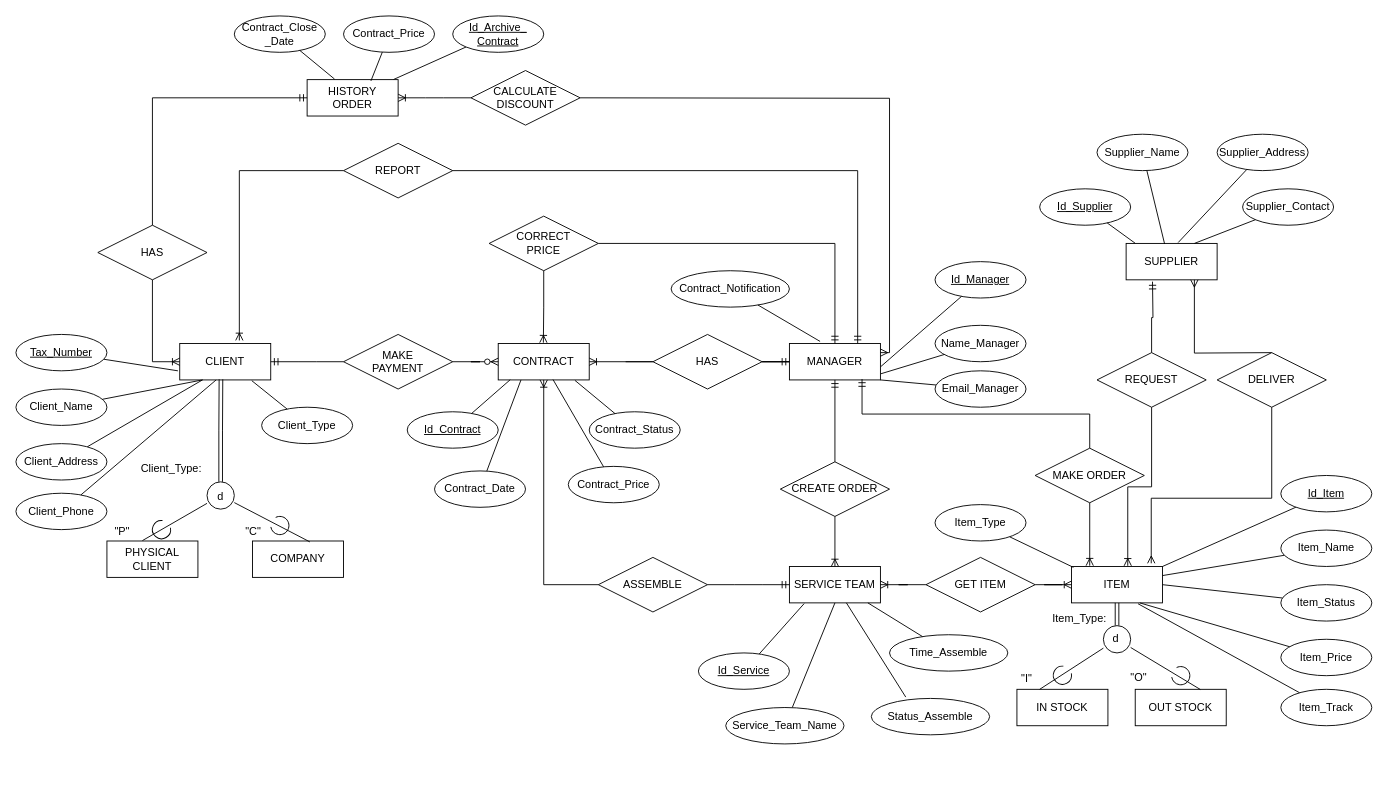
Earlier version of the draw.io diagram online furniture_rev.2.drawio (Bujhc/EERD). Source tidied: cells renumbered, new cells numbered last; positions are measured from the earlier drawing's top-left corner, leaving out a move shared by most shapes. Both pictures are drawn from the tidied source at 91%, with x=0, y=0 at pixel (15, 15).
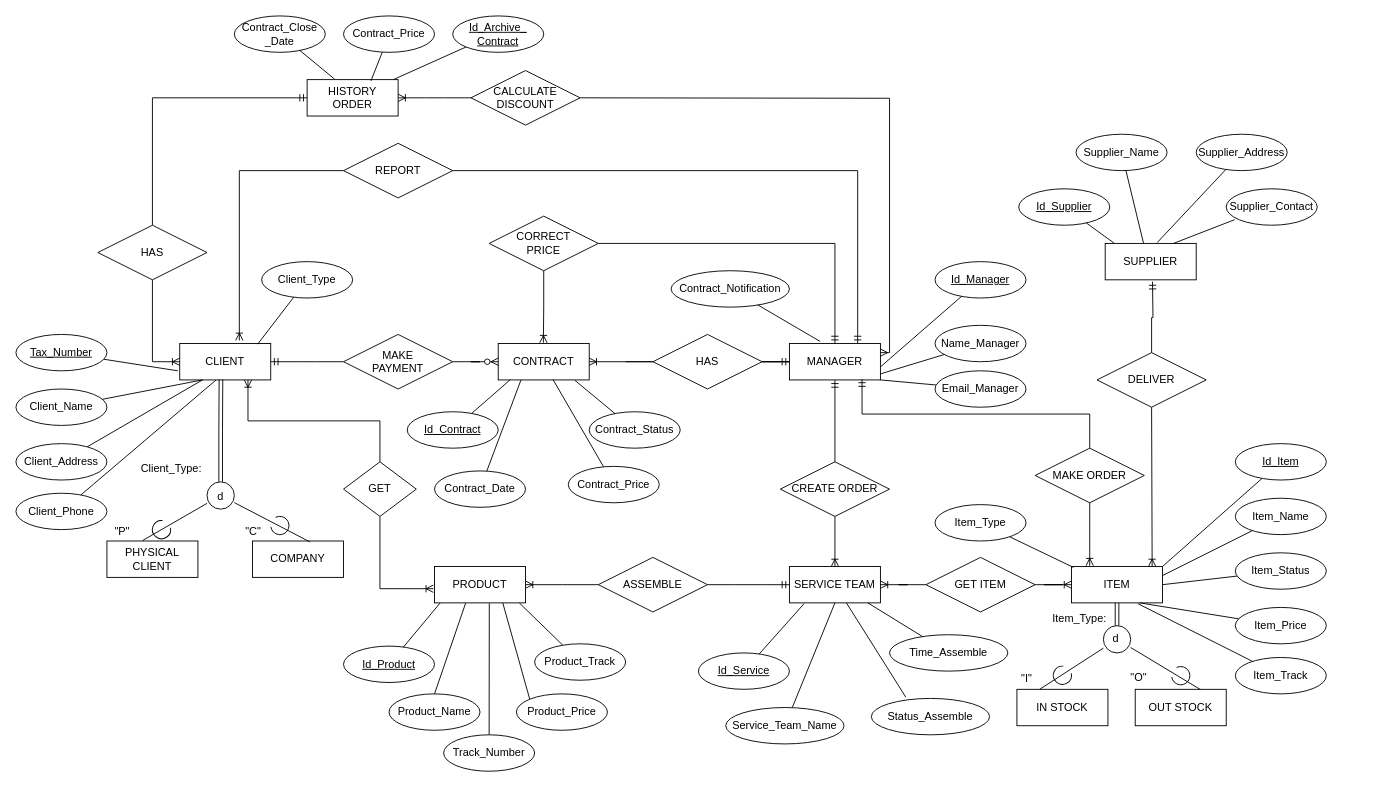
After the change.

Unchanged cells that the change refers to:
```xml
<mxCell id="2" value="CLIENT" style="whiteSpace=wrap;html=1;align=center;" parent="1" vertex="1">
  <mxGeometry x="180" y="360" width="100" height="40" as="geometry" />
</mxCell>
<mxCell id="6" value="CONTRACT" style="whiteSpace=wrap;html=1;align=center;" parent="1" vertex="1">
  <mxGeometry x="530" y="360" width="100" height="40" as="geometry" />
</mxCell>
<mxCell id="9" value="ITEM" style="whiteSpace=wrap;html=1;align=center;" parent="1" vertex="1">
  <mxGeometry x="1160" y="605" width="100" height="40" as="geometry" />
</mxCell>
<mxCell id="19" value="ASSEMBLE" style="shape=rhombus;perimeter=rhombusPerimeter;whiteSpace=wrap;html=1;align=center;" parent="1" vertex="1">
  <mxGeometry x="640" y="595" width="120" height="60" as="geometry" />
</mxCell>
```

Change to the diagram source:
```diff
@@
-    <mxCell id="36" style="edgeStyle=orthogonalEdgeStyle;fontSize=12;html=1;endArrow=ERoneToMany;rounded=0;exitX=0;exitY=0.5;exitDx=0;exitDy=0;entryX=0.5;entryY=1;entryDx=0;entryDy=0;" parent="1" edge="1" source="19" target="6">
-      <mxGeometry relative="1" as="geometry" />
+    <mxCell id="36" style="edgeStyle=orthogonalEdgeStyle;fontSize=12;html=1;endArrow=ERoneToMany;rounded=0;exitX=0;exitY=0.5;exitDx=0;exitDy=0;" parent="1" edge="1" source="19">
+      <mxGeometry relative="1" as="geometry">
+        <mxPoint x="560" y="625" as="targetPoint" />
+      </mxGeometry>
     </mxCell>
@@
     <mxCell id="52" value="Id_Item" style="ellipse;whiteSpace=wrap;html=1;align=center;fontStyle=4;" parent="1" vertex="1">
-      <mxGeometry x="1390" y="505" width="100" height="40" as="geometry" />
+      <mxGeometry x="1340" y="470" width="100" height="40" as="geometry" />
     </mxCell>
@@
     <mxCell id="58" value="Item_Name" style="ellipse;whiteSpace=wrap;html=1;align=center;" parent="1" vertex="1">
-      <mxGeometry x="1390" y="565" width="100" height="40" as="geometry" />
+      <mxGeometry x="1340" y="530" width="100" height="40" as="geometry" />
     </mxCell>
@@
     <mxCell id="60" value="Item_Status" style="ellipse;whiteSpace=wrap;html=1;align=center;" parent="1" vertex="1">
-      <mxGeometry x="1390" y="625" width="100" height="40" as="geometry" />
+      <mxGeometry x="1340" y="590" width="100" height="40" as="geometry" />
     </mxCell>
     <mxCell id="61" value="Item_Price" style="ellipse;whiteSpace=wrap;html=1;align=center;" parent="1" vertex="1">
-      <mxGeometry x="1390" y="685" width="100" height="40" as="geometry" />
+      <mxGeometry x="1340" y="650" width="100" height="40" as="geometry" />
     </mxCell>
@@
     <mxCell id="70" value="Client_Type" style="ellipse;whiteSpace=wrap;html=1;align=center;" parent="1" vertex="1">
-      <mxGeometry x="270" y="430" width="100" height="40" as="geometry" />
+      <mxGeometry x="270" y="270" width="100" height="40" as="geometry" />
     </mxCell>
-    <mxCell id="71" style="rounded=0;jettySize=auto;html=1;entryX=0.792;entryY=1.021;entryDx=0;entryDy=0;entryPerimeter=0;endArrow=none;endFill=0;" parent="1" edge="1" source="70" target="2">
+    <mxCell id="71" style="rounded=0;jettySize=auto;html=1;entryX=0.856;entryY=0.018;entryDx=0;entryDy=0;entryPerimeter=0;endArrow=none;endFill=0;" parent="1" edge="1" source="70" target="2">
       <mxGeometry relative="1" as="geometry" />
     </mxCell>
@@
     <mxCell id="90" value="Item_Track" style="ellipse;whiteSpace=wrap;html=1;align=center;" parent="1" vertex="1">
-      <mxGeometry x="1390" y="740" width="100" height="40" as="geometry" />
+      <mxGeometry x="1340" y="705" width="100" height="40" as="geometry" />
     </mxCell>
@@
-    <mxCell id="98" value="REQUEST" style="shape=rhombus;perimeter=rhombusPerimeter;whiteSpace=wrap;html=1;align=center;" parent="1" vertex="1">
+    <mxCell id="98" value="DELIVER" style="shape=rhombus;perimeter=rhombusPerimeter;whiteSpace=wrap;html=1;align=center;" parent="1" vertex="1">
       <mxGeometry x="1188" y="370" width="120" height="60" as="geometry" />
     </mxCell>
     <mxCell id="99" value="SUPPLIER" style="whiteSpace=wrap;html=1;align=center;" parent="1" vertex="1">
-      <mxGeometry x="1220" y="250" width="100" height="40" as="geometry" />
+      <mxGeometry x="1197" y="250" width="100" height="40" as="geometry" />
     </mxCell>
-    <mxCell id="100" style="fontSize=12;html=1;endArrow=ERoneToMany;rounded=0;exitX=0.5;exitY=1;exitDx=0;exitDy=0;entryX=0.618;entryY=-0.018;entryDx=0;entryDy=0;entryPerimeter=0;edgeStyle=orthogonalEdgeStyle;" parent="1" edge="1" source="98" target="9">
-      <mxGeometry relative="1" as="geometry" />
-    </mxCell>
     <mxCell id="101" value="Id_Supplier" style="ellipse;whiteSpace=wrap;html=1;align=center;fontStyle=4;" parent="1" vertex="1">
-      <mxGeometry x="1125" y="190" width="100" height="40" as="geometry" />
+      <mxGeometry x="1102" y="190" width="100" height="40" as="geometry" />
     </mxCell>
     <mxCell id="102" value="Supplier_Name" style="ellipse;whiteSpace=wrap;html=1;align=center;" parent="1" vertex="1">
-      <mxGeometry x="1188" y="130" width="100" height="40" as="geometry" />
+      <mxGeometry x="1165" y="130" width="100" height="40" as="geometry" />
     </mxCell>
     <mxCell id="103" value="Supplier_Address" style="ellipse;whiteSpace=wrap;html=1;align=center;" parent="1" vertex="1">
-      <mxGeometry x="1320" y="130" width="100" height="40" as="geometry" />
+      <mxGeometry x="1297" y="130" width="100" height="40" as="geometry" />
     </mxCell>
     <mxCell id="104" value="Supplier_Contact" style="ellipse;whiteSpace=wrap;html=1;align=center;" parent="1" vertex="1">
-      <mxGeometry x="1348" y="190" width="100" height="40" as="geometry" />
+      <mxGeometry x="1330" y="190" width="100" height="40" as="geometry" />
     </mxCell>
@@
-    <mxCell id="108" style="rounded=0;jettySize=auto;html=1;entryX=0.75;entryY=0;entryDx=0;entryDy=0;endArrow=none;endFill=0;" parent="1" edge="1" source="104" target="99">
-      <mxGeometry relative="1" as="geometry" />
+    <mxCell id="108" style="rounded=0;jettySize=auto;html=1;entryX=0.75;entryY=0;entryDx=0;entryDy=0;endArrow=none;endFill=0;" parent="1" edge="1" target="99">
+      <mxGeometry relative="1" as="geometry">
+        <mxPoint x="1339.2" y="223.9" as="sourcePoint" />
+      </mxGeometry>
     </mxCell>
@@
-    <mxCell id="125" value="DELIVER" style="shape=rhombus;perimeter=rhombusPerimeter;whiteSpace=wrap;html=1;align=center;" parent="1" vertex="1">
-      <mxGeometry x="1320" y="370" width="120" height="60" as="geometry" />
-    </mxCell>
@@
-    <mxCell id="127" style="edgeStyle=orthogonalEdgeStyle;fontSize=12;html=1;endArrow=ERmany;rounded=0;entryX=0.75;entryY=1;entryDx=0;entryDy=0;" parent="1" edge="1" target="99">
-      <mxGeometry relative="1" as="geometry">
-        <mxPoint x="1380" y="370" as="sourcePoint" />
-      </mxGeometry>
-    </mxCell>
-    <mxCell id="128" style="edgeStyle=orthogonalEdgeStyle;fontSize=12;html=1;endArrow=ERmany;rounded=0;exitX=0.5;exitY=1;exitDx=0;exitDy=0;entryX=0.876;entryY=-0.087;entryDx=0;entryDy=0;entryPerimeter=0;" parent="1" edge="1" source="125" target="9">
-      <mxGeometry relative="1" as="geometry">
-        <Array as="points">
-          <mxPoint x="1380" y="530" />
-          <mxPoint x="1248" y="530" />
-        </Array>
-      </mxGeometry>
-    </mxCell>
+    <mxCell id="129" value="PRODUCT" style="whiteSpace=wrap;html=1;align=center;" parent="1" vertex="1">
+      <mxGeometry x="460" y="605" width="100" height="40" as="geometry" />
+    </mxCell>
+    <mxCell id="130" value="Id_Product" style="ellipse;whiteSpace=wrap;html=1;align=center;fontStyle=4;" parent="1" vertex="1">
+      <mxGeometry x="360" y="692.5" width="100" height="40" as="geometry" />
+    </mxCell>
+    <mxCell id="131" value="Product_Name" style="ellipse;whiteSpace=wrap;html=1;align=center;" parent="1" vertex="1">
+      <mxGeometry x="410" y="745" width="100" height="40" as="geometry" />
+    </mxCell>
+    <mxCell id="132" style="rounded=0;jettySize=auto;html=1;endArrow=none;endFill=0;entryX=0.602;entryY=1.012;entryDx=0;entryDy=0;entryPerimeter=0;" parent="1" edge="1" source="133" target="129">
+      <mxGeometry relative="1" as="geometry" />
+    </mxCell>
+    <mxCell id="133" value="Track_Number" style="ellipse;whiteSpace=wrap;html=1;align=center;" parent="1" vertex="1">
+      <mxGeometry x="470" y="790" width="100" height="40" as="geometry" />
+    </mxCell>
+    <mxCell id="134" value="Product_Price" style="ellipse;whiteSpace=wrap;html=1;align=center;" parent="1" vertex="1">
+      <mxGeometry x="550" y="745" width="100" height="40" as="geometry" />
+    </mxCell>
+    <mxCell id="135" value="Product_Track" style="ellipse;whiteSpace=wrap;html=1;align=center;" parent="1" vertex="1">
+      <mxGeometry x="570" y="690" width="100" height="40" as="geometry" />
+    </mxCell>
+    <mxCell id="136" value="GET" style="shape=rhombus;perimeter=rhombusPerimeter;whiteSpace=wrap;html=1;align=center;" parent="1" vertex="1">
+      <mxGeometry x="360" y="490" width="80" height="60" as="geometry" />
+    </mxCell>
+    <mxCell id="137" style="edgeStyle=orthogonalEdgeStyle;fontSize=12;html=1;endArrow=ERoneToMany;rounded=0;exitX=0.5;exitY=0;exitDx=0;exitDy=0;entryX=0.75;entryY=1;entryDx=0;entryDy=0;" parent="1" edge="1" source="136" target="2">
+      <mxGeometry relative="1" as="geometry">
+        <Array as="points">
+          <mxPoint x="400" y="445" />
+          <mxPoint x="255" y="445" />
+        </Array>
+      </mxGeometry>
+    </mxCell>
+    <mxCell id="138" style="edgeStyle=orthogonalEdgeStyle;fontSize=12;html=1;endArrow=ERoneToMany;rounded=0;exitX=0.5;exitY=1;exitDx=0;exitDy=0;entryX=-0.013;entryY=0.611;entryDx=0;entryDy=0;entryPerimeter=0;" parent="1" edge="1" source="136" target="129">
+      <mxGeometry relative="1" as="geometry">
+        <Array as="points">
+          <mxPoint x="400" y="629" />
+        </Array>
+      </mxGeometry>
+    </mxCell>
+    <mxCell id="139" style="rounded=0;jettySize=auto;html=1;entryX=0.061;entryY=1.004;entryDx=0;entryDy=0;entryPerimeter=0;endArrow=none;endFill=0;" parent="1" edge="1" source="130" target="129">
+      <mxGeometry relative="1" as="geometry" />
+    </mxCell>
+    <mxCell id="140" style="endArrow=none;html=1;rounded=0;exitX=0.5;exitY=0;exitDx=0;exitDy=0;entryX=0.342;entryY=1.006;entryDx=0;entryDy=0;entryPerimeter=0;" parent="1" edge="1" source="131" target="129">
+      <mxGeometry relative="1" as="geometry" />
+    </mxCell>
+    <mxCell id="141" style="endArrow=none;html=1;rounded=0;entryX=0.75;entryY=1;entryDx=0;entryDy=0;exitX=0;exitY=0;exitDx=0;exitDy=0;" parent="1" edge="1" source="134" target="129">
+      <mxGeometry relative="1" as="geometry" />
+    </mxCell>
+    <mxCell id="142" style="rounded=0;jettySize=auto;html=1;entryX=0.933;entryY=1.004;entryDx=0;entryDy=0;entryPerimeter=0;endArrow=none;endFill=0;" parent="1" edge="1" source="135" target="129">
+      <mxGeometry relative="1" as="geometry" />
+    </mxCell>
+    <mxCell id="100" style="fontSize=12;html=1;endArrow=ERoneToMany;rounded=0;exitX=0.5;exitY=1;exitDx=0;exitDy=0;entryX=0.886;entryY=0;entryDx=0;entryDy=0;entryPerimeter=0;" parent="1" edge="1" source="98" target="9">
+      <mxGeometry relative="1" as="geometry" />
+    </mxCell>
```
